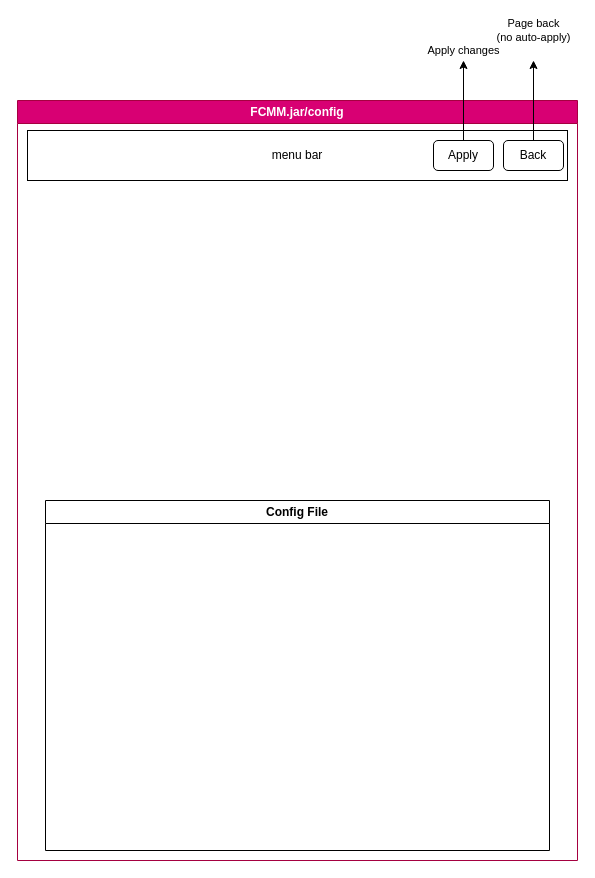
This is page "Settings_Page" (3 of 3) of docs/GUI_Planner Diagram.drawio from Onberg47/FileChange_Mod_Manager, a draw.io file, before an edit. Source tidied: cells renumbered, new cells numbered last; positions are measured from the earlier drawing's top-left corner, leaving out a move shared by most shapes. Both pictures are drawn from the tidied source at 100%, with x=0, y=0 at pixel (17, 60).
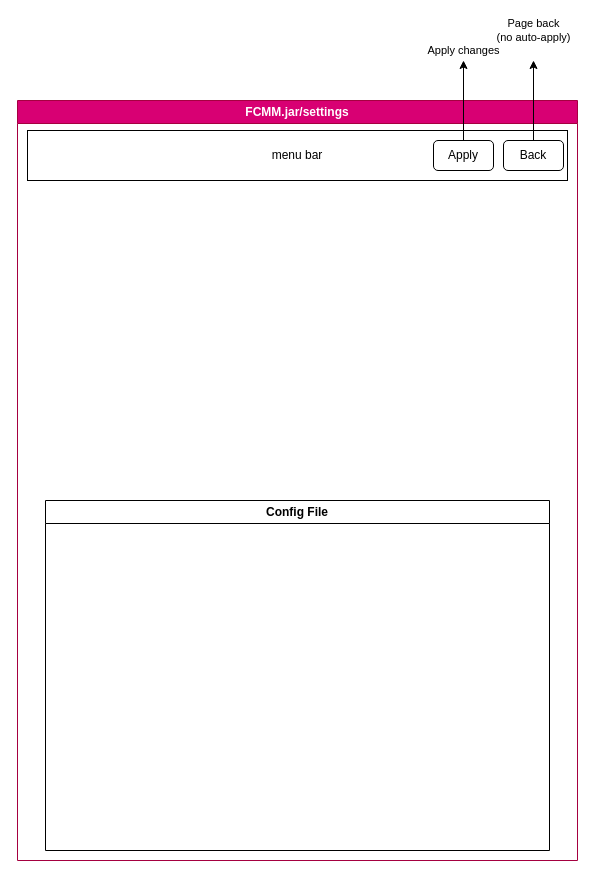
After the change.

Change to the diagram source:
```diff
@@
 <mxGraphModel>
   <root>
     <mxCell id="0" />
     <mxCell id="1" parent="0" />
-    <mxCell id="2" value="FCMM.jar/config" style="swimlane;whiteSpace=wrap;html=1;fillColor=#d80073;fontColor=#ffffff;strokeColor=#A50040;fillStyle=auto;swimlaneFillColor=none;" parent="1" vertex="1">
+    <mxCell id="2" value="FCMM.jar/settings" style="swimlane;whiteSpace=wrap;html=1;fillColor=#d80073;fontColor=#ffffff;strokeColor=#A50040;fillStyle=auto;swimlaneFillColor=none;" parent="1" vertex="1">
       <mxGeometry y="40" width="560" height="760" as="geometry" />
     </mxCell>
     <mxCell id="3" value="menu bar" style="rounded=0;whiteSpace=wrap;html=1;" parent="2" vertex="1">
       <mxGeometry x="10" y="30" width="540" height="50" as="geometry" />
     </mxCell>
     <mxCell id="4" style="edgeStyle=orthogonalEdgeStyle;rounded=0;jettySize=auto;html=1;" parent="2" edge="1" source="6">
       <mxGeometry relative="1" as="geometry">
         <mxPoint x="516" y="-40" as="targetPoint" />
       </mxGeometry>
     </mxCell>
     <mxCell id="5" value="Page back&lt;div&gt;(no auto-apply)&lt;/div&gt;" style="edgeLabel;html=1;align=center;verticalAlign=middle;" parent="4" vertex="1">
       <mxGeometry x="1" y="-2" relative="1" as="geometry">
         <mxPoint x="-2" y="-30" as="offset" />
       </mxGeometry>
     </mxCell>
     <mxCell id="6" value="Back" style="rounded=1;whiteSpace=wrap;html=1;" parent="2" vertex="1">
       <mxGeometry x="486" y="40" width="60" height="30" as="geometry" />
     </mxCell>
     <mxCell id="7" style="edgeStyle=orthogonalEdgeStyle;rounded=0;jettySize=auto;html=1;" parent="2" edge="1" source="9">
       <mxGeometry relative="1" as="geometry">
         <mxPoint x="446" y="-40" as="targetPoint" />
       </mxGeometry>
     </mxCell>
     <mxCell id="8" value="Apply changes" style="edgeLabel;html=1;align=center;verticalAlign=middle;" parent="7" vertex="1">
       <mxGeometry x="1" y="-2" relative="1" as="geometry">
         <mxPoint x="-2" y="-10" as="offset" />
       </mxGeometry>
     </mxCell>
     <mxCell id="9" value="Apply" style="rounded=1;whiteSpace=wrap;html=1;" parent="2" vertex="1">
       <mxGeometry x="416" y="40" width="60" height="30" as="geometry" />
     </mxCell>
     <mxCell id="10" value="Config File" style="swimlane;whiteSpace=wrap;html=1;" parent="2" vertex="1">
       <mxGeometry x="28" y="400" width="504" height="350" as="geometry" />
     </mxCell>
   </root>
 </mxGraphModel>
```
